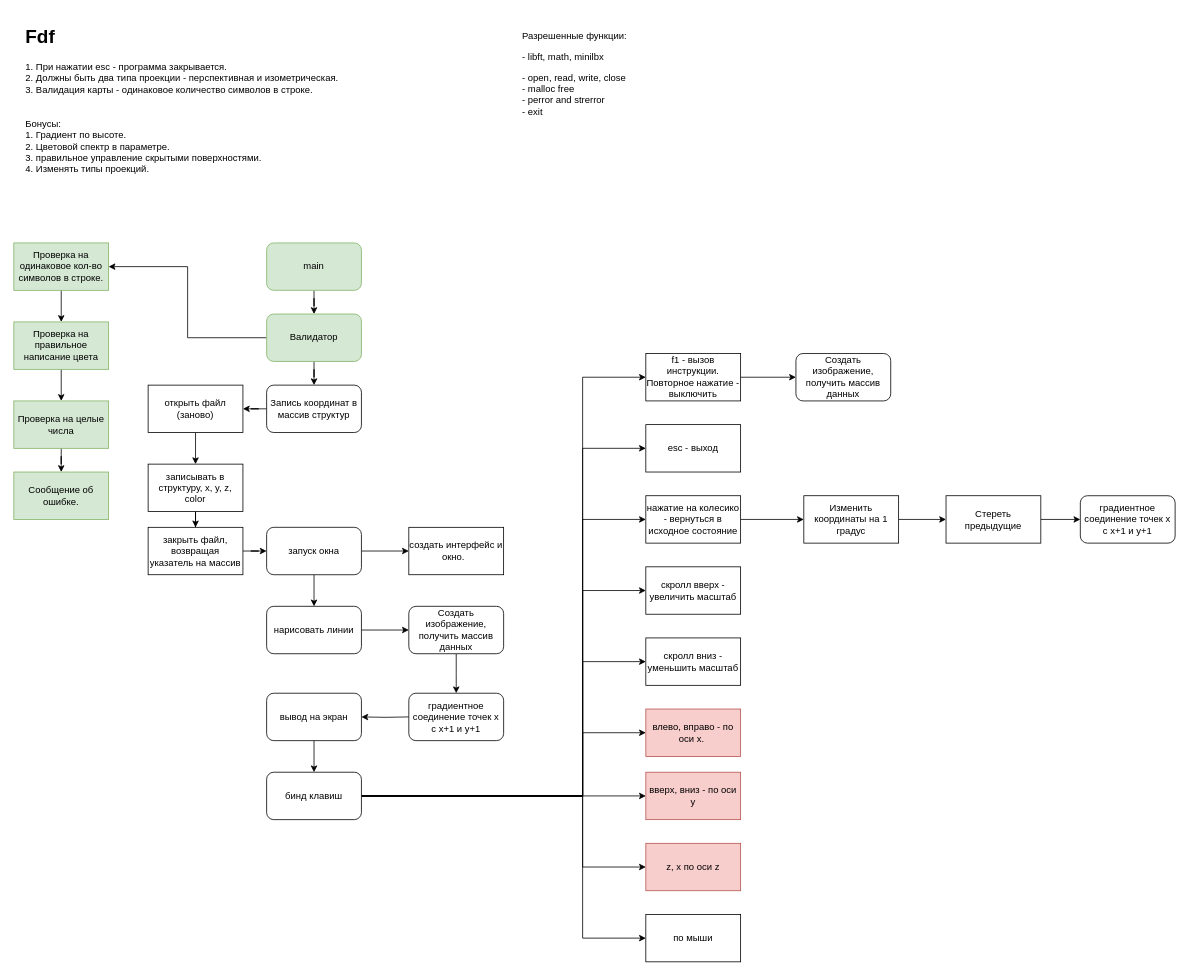
Before: map.drawio in Yaroslew/Fdf, a draw.io diagram. Source tidied: cells renumbered, new cells numbered last; positions are measured from the earlier drawing's top-left corner, leaving out a move shared by most shapes. Both pictures are drawn from the tidied source at 79%, with x=0, y=0 at pixel (13, 13).
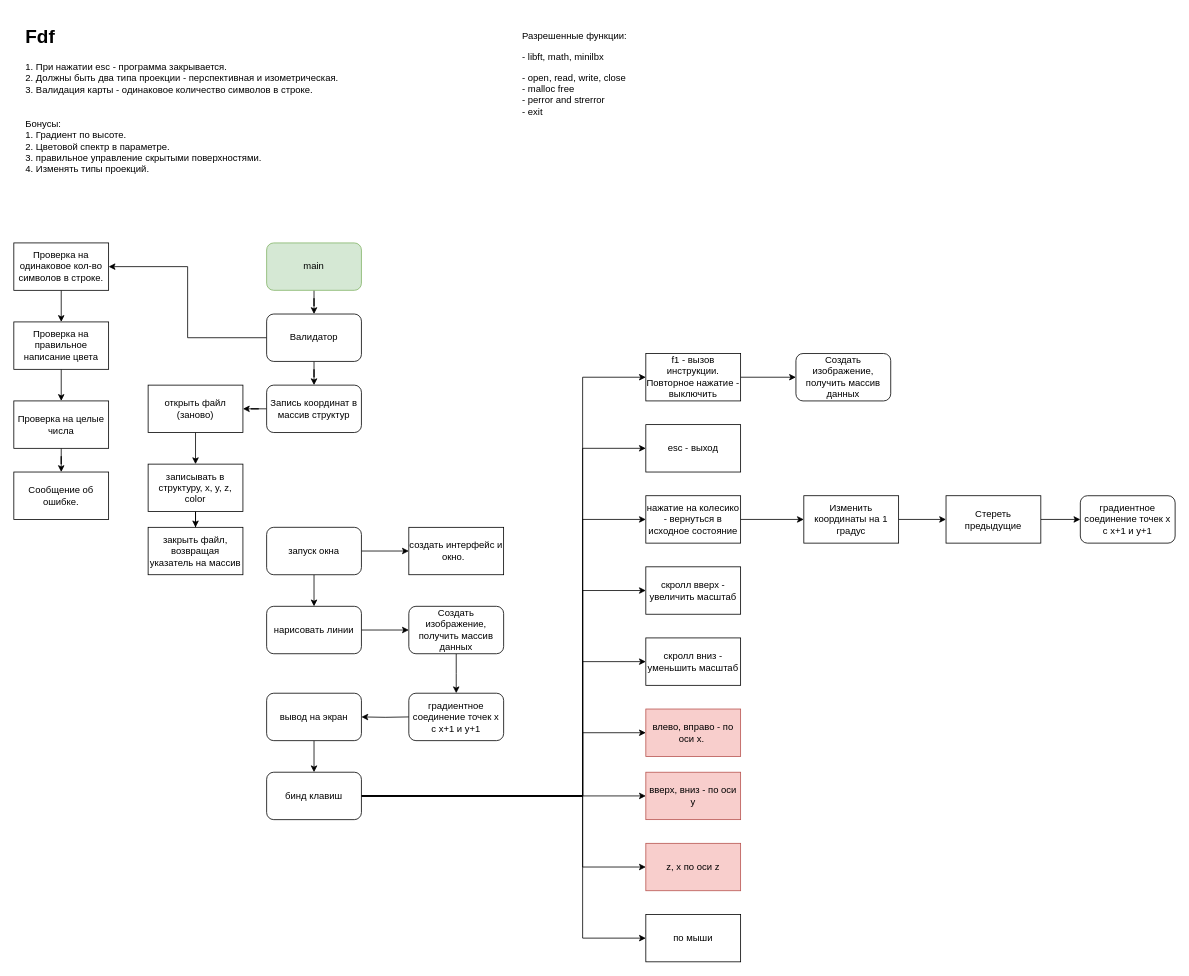
The same diagram, later.

The change refers to these unchanged cells:
```xml
<mxCell id="37" value="запуск окна" style="rounded=1;whiteSpace=wrap;html=1;" parent="1" vertex="1">
  <mxGeometry x="320" y="650" width="120" height="60" as="geometry" />
</mxCell>
<mxCell id="46" value="закрыть файл, возвращая указатель на массив" style="rounded=0;whiteSpace=wrap;html=1;" parent="1" vertex="1">
  <mxGeometry x="170" y="650" width="120" height="60" as="geometry" />
</mxCell>
```

Change to the diagram source:
```diff
@@
-    <mxCell id="8" value="Валидатор" style="rounded=1;whiteSpace=wrap;html=1;fillColor=#d5e8d4;strokeColor=#82b366;" parent="1" vertex="1">
+    <mxCell id="8" value="Валидатор" style="rounded=1;whiteSpace=wrap;html=1;" parent="1" vertex="1">
       <mxGeometry x="320" y="380" width="120" height="60" as="geometry" />
     </mxCell>
@@
-    <mxCell id="10" value="Проверка на одинаковое кол-во символов в строке." style="rounded=0;whiteSpace=wrap;html=1;fillColor=#d5e8d4;strokeColor=#82b366;" parent="1" vertex="1">
+    <mxCell id="10" value="Проверка на одинаковое кол-во символов в строке." style="rounded=0;whiteSpace=wrap;html=1;" parent="1" vertex="1">
       <mxGeometry y="290" width="120" height="60" as="geometry" />
     </mxCell>
@@
-    <mxCell id="12" value="Проверка на правильное написание цвета" style="rounded=0;whiteSpace=wrap;html=1;fillColor=#d5e8d4;strokeColor=#82b366;" parent="1" vertex="1">
+    <mxCell id="12" value="Проверка на правильное написание цвета" style="rounded=0;whiteSpace=wrap;html=1;" parent="1" vertex="1">
       <mxGeometry y="390" width="120" height="60" as="geometry" />
     </mxCell>
@@
-    <mxCell id="14" value="Проверка на целые числа" style="rounded=0;whiteSpace=wrap;html=1;fillColor=#d5e8d4;strokeColor=#82b366;" parent="1" vertex="1">
+    <mxCell id="14" value="Проверка на целые числа" style="rounded=0;whiteSpace=wrap;html=1;" parent="1" vertex="1">
       <mxGeometry y="490" width="120" height="60" as="geometry" />
     </mxCell>
@@
-    <mxCell id="45" style="edgeStyle=orthogonalEdgeStyle;rounded=0;jettySize=auto;html=1;entryX=0;entryY=0.5;entryDx=0;entryDy=0;" parent="1" edge="1" source="46" target="37">
-      <mxGeometry relative="1" as="geometry" />
-    </mxCell>
@@
-    <mxCell id="47" value="Сообщение об ошибке." style="rounded=0;whiteSpace=wrap;html=1;fillColor=#d5e8d4;strokeColor=#82b366;" parent="1" vertex="1">
+    <mxCell id="47" value="Сообщение об ошибке." style="rounded=0;whiteSpace=wrap;html=1;" parent="1" vertex="1">
       <mxGeometry y="580" width="120" height="60" as="geometry" />
     </mxCell>
```
